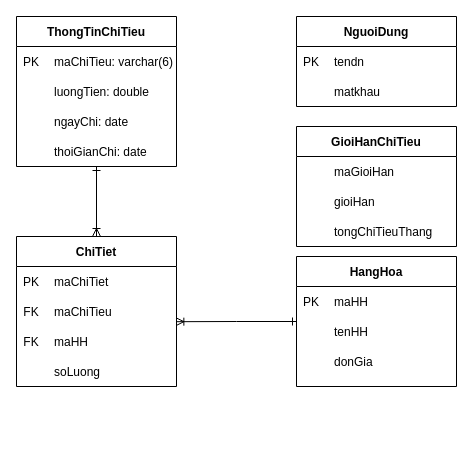
Above: Diagrams/ERD.drawio in AkallHuynh/IS216.L21.HTCL-Java (draw.io), before the change. Source tidied: cells renumbered, new cells numbered last; positions are measured from the earlier drawing's top-left corner, leaving out a move shared by most shapes. Both pictures are drawn from the tidied source at 100%, with x=0, y=0 at pixel (16, 16).
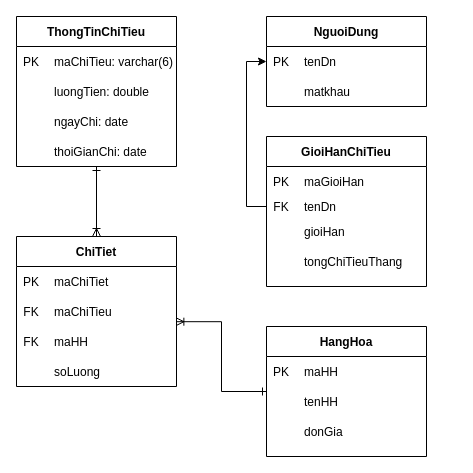
The same page after the edit.

Unchanged cells that the change refers to:
```xml
<mxCell id="19" style="shape=partialRectangle;fillColor=none;top=0;left=0;bottom=0;right=0;" parent="18" vertex="1">
  <mxGeometry width="160" height="30" as="geometry" />
</mxCell>
<mxCell id="56" style="shape=partialRectangle;fillColor=none;top=0;left=0;bottom=0;right=0;points=[[0,0.5],[1,0.5]];portConstraint=eastwest;" parent="55" vertex="1">
  <mxGeometry width="160" height="30" as="geometry" />
</mxCell>
```

What changed in the source:
```diff
@@
     <mxCell id="17" value="GioiHanChiTieu" style="swimlane;fontStyle=1;horizontal=1;startSize=30;fillColor=#ffffff;swimlaneFillColor=#ffffff;" parent="1" vertex="1">
-      <mxGeometry x="280" y="110" width="160" height="120" as="geometry" />
+      <mxGeometry x="250" y="120" width="160" height="150" as="geometry" />
     </mxCell>
     <mxCell id="18" style="shape=table;startSize=0;childLayout=tableLayout;rowLines=0;fontStyle=0;align=center;strokeColor=none;fillColor=none;" parent="17" vertex="1">
-      <mxGeometry y="30" width="160" height="90" as="geometry" />
+      <mxGeometry y="30" width="160" height="120" as="geometry" />
     </mxCell>
@@
-    <mxCell id="20" style="shape=partialRectangle;fillColor=none;top=0;left=0;bottom=0;right=0;overflow=hidden;" parent="19" vertex="1">
+    <mxCell id="20" value="PK" style="shape=partialRectangle;fillColor=none;top=0;left=0;bottom=0;right=0;overflow=hidden;" parent="19" vertex="1">
       <mxGeometry width="30" height="30" as="geometry" />
     </mxCell>
@@
+    <mxCell id="62" style="shape=partialRectangle;fillColor=none;top=0;left=0;bottom=0;right=0;points=[[0,0.5],[1,0.5]];portConstraint=eastwest;" parent="18" vertex="1">
+      <mxGeometry y="30" width="160" height="20" as="geometry" />
+    </mxCell>
+    <mxCell id="63" value="FK" style="shape=partialRectangle;fillColor=none;top=0;left=0;bottom=0;right=0;overflow=hidden;" parent="62" vertex="1">
+      <mxGeometry width="30" height="20" as="geometry" />
+    </mxCell>
+    <mxCell id="64" value="tenDn" style="shape=partialRectangle;fillColor=none;top=0;left=0;bottom=0;right=0;align=left;spacingLeft=6;overflow=hidden;" parent="62" vertex="1">
+      <mxGeometry x="30" width="130" height="20" as="geometry" />
+    </mxCell>
     <mxCell id="22" style="shape=partialRectangle;fillColor=none;top=0;left=0;bottom=0;right=0;" parent="18" vertex="1">
-      <mxGeometry y="30" width="160" height="30" as="geometry" />
+      <mxGeometry y="50" width="160" height="30" as="geometry" />
     </mxCell>
@@
     <mxCell id="25" style="shape=partialRectangle;fillColor=none;top=0;left=0;bottom=0;right=0;" parent="18" vertex="1">
-      <mxGeometry y="60" width="160" height="30" as="geometry" />
+      <mxGeometry y="80" width="160" height="30" as="geometry" />
     </mxCell>
@@
     <mxCell id="29" value="HangHoa" style="swimlane;fontStyle=1;horizontal=1;startSize=30;fillColor=#ffffff;swimlaneFillColor=#ffffff;" parent="1" vertex="1">
-      <mxGeometry x="280" y="240" width="160" height="130" as="geometry" />
+      <mxGeometry x="250" y="310" width="160" height="130" as="geometry" />
     </mxCell>
@@
     <mxCell id="54" value="NguoiDung" style="swimlane;fontStyle=1;horizontal=1;startSize=30;fillColor=#ffffff;swimlaneFillColor=#ffffff;" parent="1" vertex="1">
-      <mxGeometry x="280" width="160" height="90" as="geometry" />
+      <mxGeometry x="250" width="160" height="90" as="geometry" />
     </mxCell>
@@
-    <mxCell id="58" value="tendn" style="shape=partialRectangle;fillColor=none;top=0;left=0;bottom=0;right=0;align=left;spacingLeft=6;overflow=hidden;" parent="56" vertex="1">
+    <mxCell id="58" value="tenDn" style="shape=partialRectangle;fillColor=none;top=0;left=0;bottom=0;right=0;align=left;spacingLeft=6;overflow=hidden;" parent="56" vertex="1">
       <mxGeometry x="30" width="130" height="30" as="geometry" />
     </mxCell>
@@
+    <mxCell id="65" style="edgeStyle=orthogonalEdgeStyle;rounded=0;jettySize=auto;html=1;" parent="1" edge="1" source="62" target="56">
+      <mxGeometry relative="1" as="geometry">
+        <Array as="points">
+          <mxPoint x="230" y="190" />
+          <mxPoint x="230" y="45" />
+        </Array>
+      </mxGeometry>
+    </mxCell>
```
